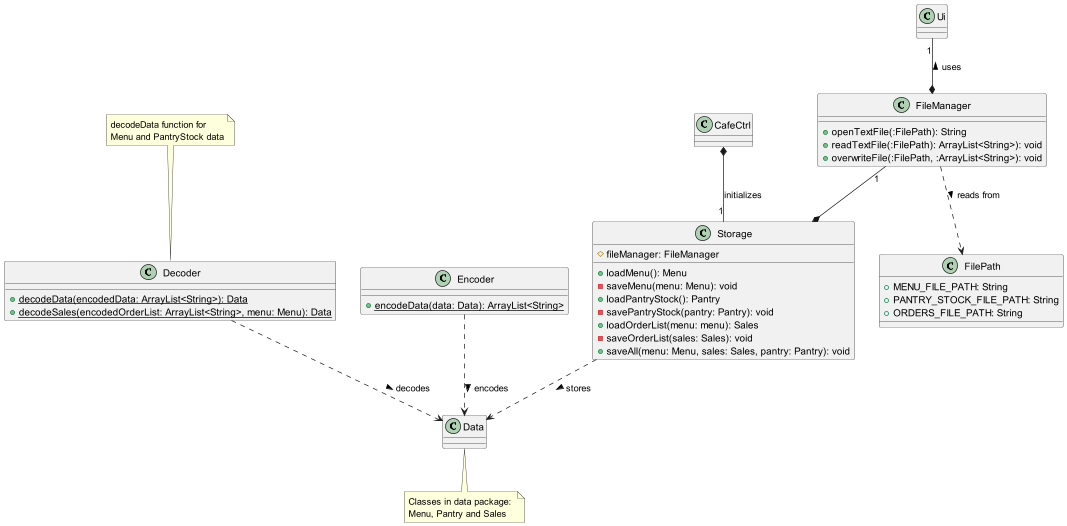
The PlantUML diagram docs/images/class/Storage.png in nus-cs2113-AY2324S1/tp, before a commit. The source it was exported from:
```plantuml
@startuml

class Storage {
    # fileManager: FileManager
    + loadMenu(): Menu
    - saveMenu(menu: Menu): void
    + loadPantryStock(): Pantry
    - savePantryStock(pantry: Pantry): void
    + loadOrderList(menu: menu): Sales
    - saveOrderList(sales: Sales): void
    + saveAll(menu: Menu, sales: Sales, pantry: Pantry): void
}

class Data
note bottom of Data: Classes in data package: \nMenu, Pantry and Sales

class Ui

class FilePath {
    + MENU_FILE_PATH: String
    + PANTRY_STOCK_FILE_PATH: String
    + ORDERS_FILE_PATH: String
}

class FileManager {
    + openTextFile(:FilePath): String
    + readTextFile(:FilePath): ArrayList<String>): void
    + overwriteFile(:FilePath, :ArrayList<String>): void
}

class Decoder {
    + {static} decodeData(encodedData: ArrayList<String>): Data
    + {static} decodeSales(encodedOrderList: ArrayList<String>, menu: Menu): Data
}
note top of Decoder: decodeData function for\nMenu and PantryStock data

class Encoder {
    + {static} encodeData(data: Data): ArrayList<String>
}

CafeCtrl *-- "1" Storage: initializes

FileManager "1" --* Storage
Storage ..> Data: stores >
Ui "1" --* FileManager : uses <

FileManager ..> FilePath: reads from >

Encoder ..> Data: encodes >

Decoder ..> Data: decodes >
@enduml
```
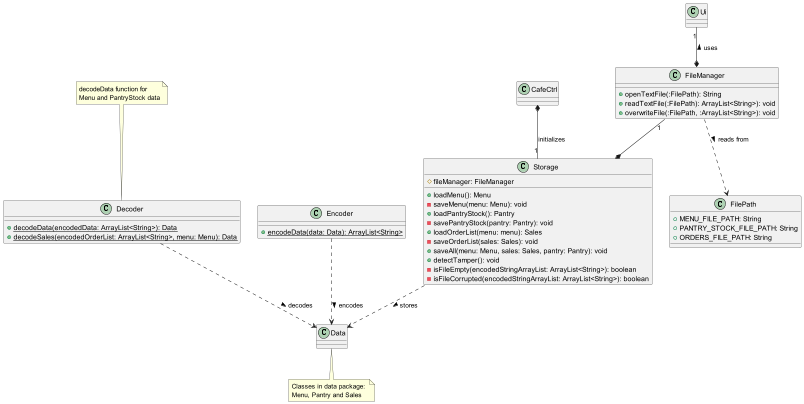
The same diagram one commit later.

Commit message:
Update Storage class diagram

Change to the diagram source:
```diff
@@ -9,6 +9,9 @@
     + loadOrderList(menu: menu): Sales
     - saveOrderList(sales: Sales): void
     + saveAll(menu: Menu, sales: Sales, pantry: Pantry): void
+    + detectTamper(): void
+    - isFileEmpty(encodedStringArrayList: ArrayList<String>): boolean
+    - isFileCorrupted(encodedStringArrayList: ArrayList<String>): boolean
 }
 
 class Data
```
